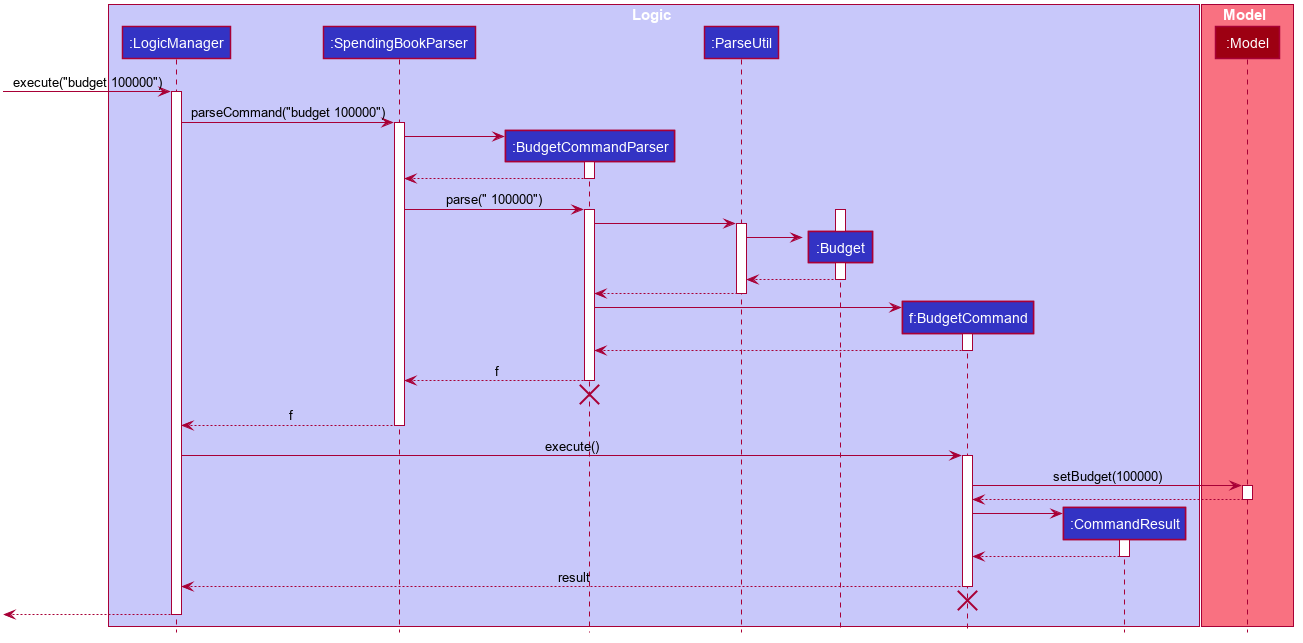
Above: docs/images/SetBudgetSequenceDiagram.png in nus-cs2103-AY1920S1/addressbook-level3 (PlantUML), before the change.
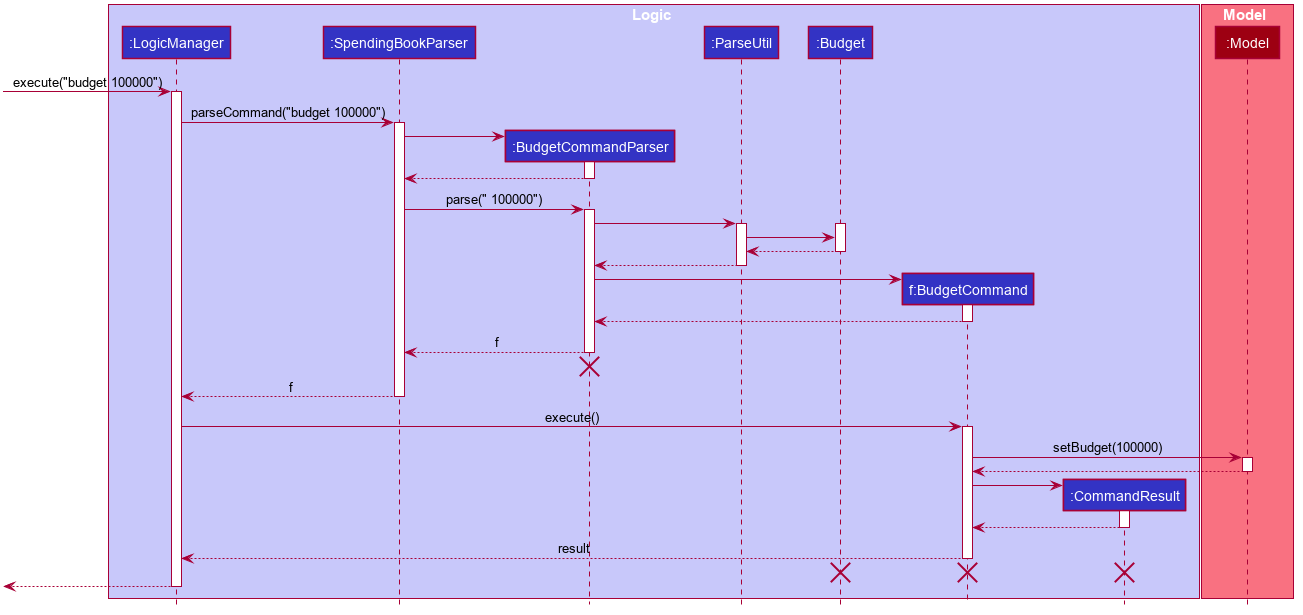
The same diagram one commit later.

What changed in the source:
```diff
@@ -77,12 +77,11 @@
 
 SpendingBookParser -> BudgetCommandParser : parse(" 100000")
 activate BudgetCommandParser
-activate Budget
 
 BudgetCommandParser -> ParseUtil
 activate ParseUtil
 
-create Budget
+activate Budget
 ParseUtil -> Budget
 
 Budget --> ParseUtil
@@ -127,6 +126,8 @@
 deactivate BudgetCommand
 BudgetCommand -[hidden]-> SpendingBookParser
 destroy BudgetCommand
+destroy Budget
+destroy CommandResult
 
 [<--LogicManager
 deactivate LogicManager
```
